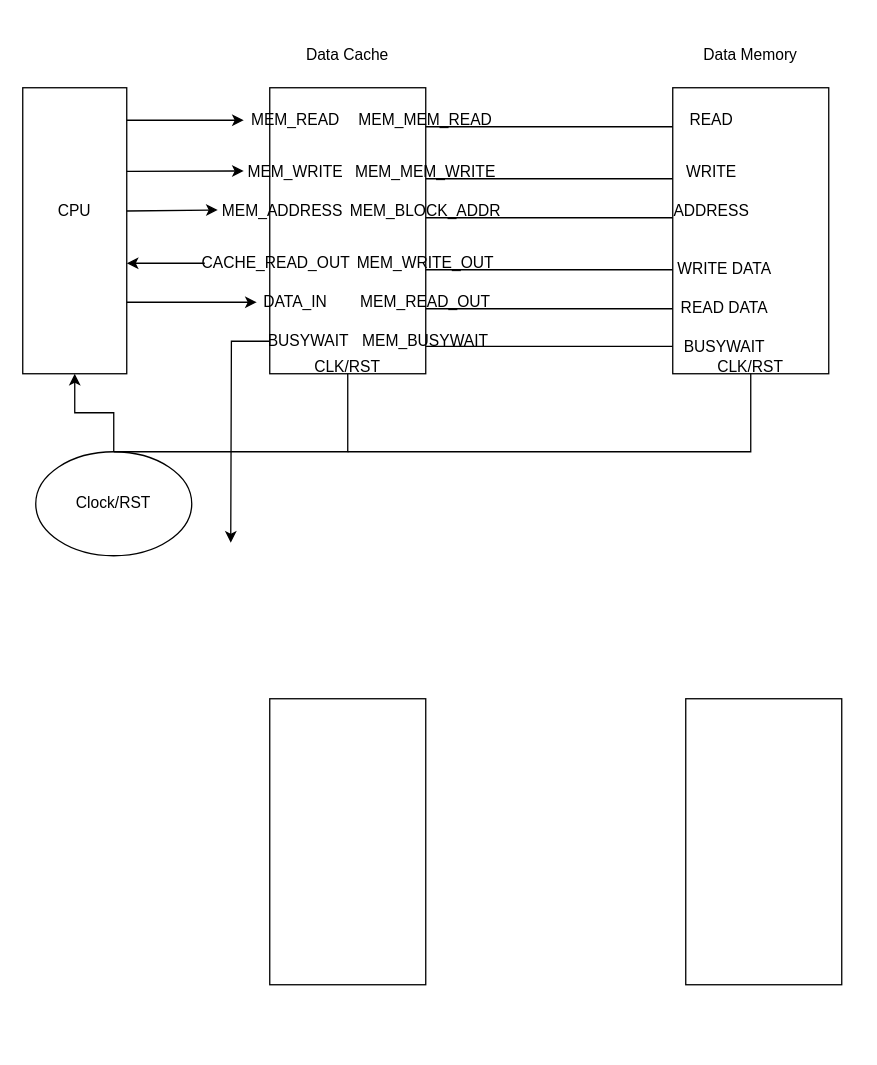
This is Datapath/data memory and instruction memory.drawio from HirushaUthsara/e18-co502-RV32IM-Pipeline-Implementation-Group-06-, a draw.io file, before an edit. Source tidied: cells renumbered, new cells numbered last; positions are measured from the earlier drawing's top-left corner, leaving out a move shared by most shapes. Both pictures are drawn from the tidied source at 130%, with x=0, y=0 at pixel (22, 22).
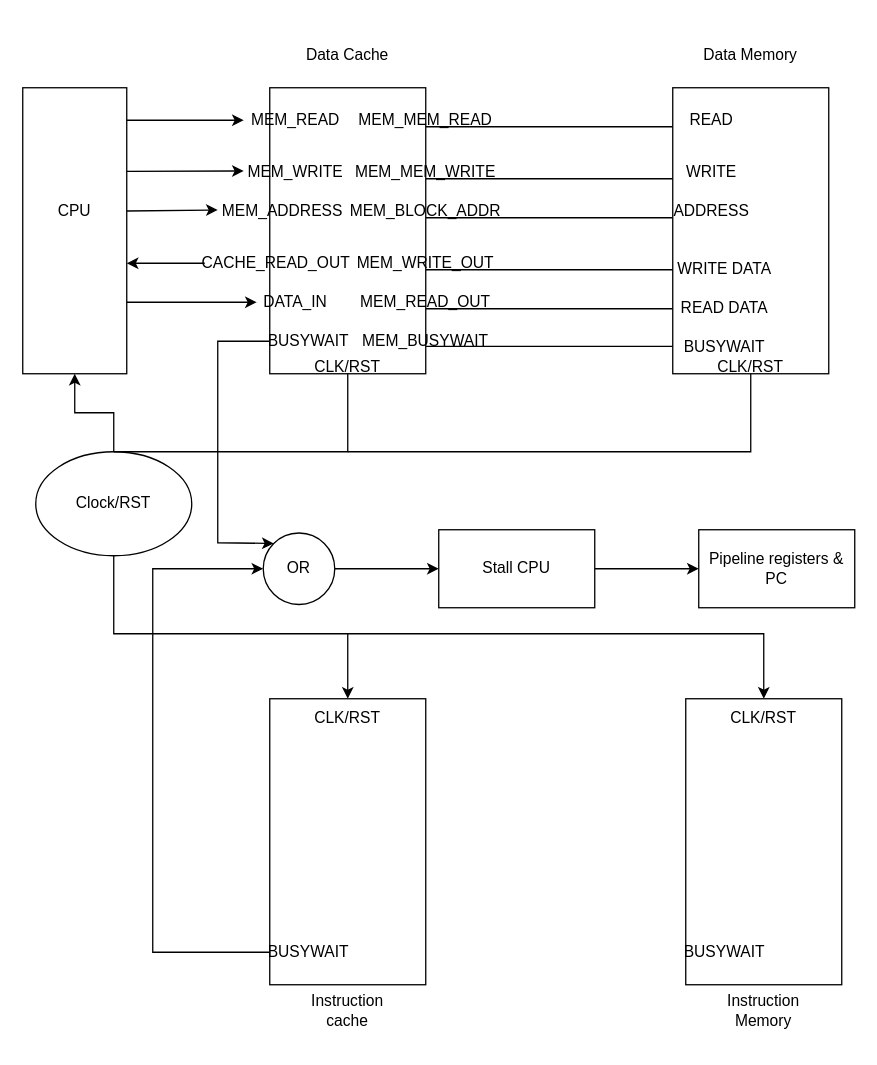
Above is the later version.

Unchanged cells that the change refers to:
```xml
<mxCell id="7" value="Clock/RST" style="ellipse;whiteSpace=wrap;html=1;" parent="1" vertex="1">
  <mxGeometry x="10" y="330" width="120" height="80" as="geometry" />
</mxCell>
<mxCell id="28" value="BUSYWAIT" style="text;html=1;strokeColor=none;fillColor=none;align=center;verticalAlign=middle;whiteSpace=wrap;rounded=0;" parent="1" vertex="1">
  <mxGeometry x="190" y="230" width="60" height="30" as="geometry" />
</mxCell>
```

The edit, as a diff of the source:
```diff
@@
-    <mxCell id="27" style="edgeStyle=orthogonalEdgeStyle;rounded=0;jettySize=auto;html=1;" parent="1" edge="1" source="28">
-      <mxGeometry relative="1" as="geometry">
-        <mxPoint x="160" y="400" as="targetPoint" />
-      </mxGeometry>
-    </mxCell>
@@
+    <mxCell id="46" value="Instruction cache" style="text;html=1;strokeColor=none;fillColor=none;align=center;verticalAlign=middle;whiteSpace=wrap;rounded=0;" parent="1" vertex="1">
+      <mxGeometry x="210" y="740" width="80" height="40" as="geometry" />
+    </mxCell>
+    <mxCell id="47" value="Instruction Memory" style="text;html=1;strokeColor=none;fillColor=none;align=center;verticalAlign=middle;whiteSpace=wrap;rounded=0;" parent="1" vertex="1">
+      <mxGeometry x="520" y="735" width="100" height="50" as="geometry" />
+    </mxCell>
+    <mxCell id="48" value="BUSYWAIT" style="text;html=1;strokeColor=none;fillColor=none;align=center;verticalAlign=middle;whiteSpace=wrap;rounded=0;" parent="1" vertex="1">
+      <mxGeometry x="190" y="700" width="60" height="30" as="geometry" />
+    </mxCell>
+    <mxCell id="49" value="BUSYWAIT" style="text;html=1;strokeColor=none;fillColor=none;align=center;verticalAlign=middle;whiteSpace=wrap;rounded=0;" parent="1" vertex="1">
+      <mxGeometry x="510" y="700" width="60" height="30" as="geometry" />
+    </mxCell>
+    <mxCell id="50" value="CLK/RST" style="text;html=1;strokeColor=none;fillColor=none;align=center;verticalAlign=middle;whiteSpace=wrap;rounded=0;" parent="1" vertex="1">
+      <mxGeometry x="220" y="520" width="60" height="30" as="geometry" />
+    </mxCell>
+    <mxCell id="51" value="CLK/RST" style="text;html=1;strokeColor=none;fillColor=none;align=center;verticalAlign=middle;whiteSpace=wrap;rounded=0;" parent="1" vertex="1">
+      <mxGeometry x="540" y="520" width="60" height="30" as="geometry" />
+    </mxCell>
+    <mxCell id="52" style="endArrow=classic;html=1;rounded=0;exitX=0.5;exitY=1;exitDx=0;exitDy=0;entryX=0.5;entryY=0;entryDx=0;entryDy=0;" parent="1" edge="1" source="7" target="51">
+      <mxGeometry relative="1" as="geometry">
+        <Array as="points">
+          <mxPoint x="70" y="470" />
+          <mxPoint x="570" y="470" />
+        </Array>
+      </mxGeometry>
+    </mxCell>
+    <mxCell id="53" style="endArrow=classic;html=1;rounded=0;entryX=0.5;entryY=0;entryDx=0;entryDy=0;" parent="1" edge="1" target="50">
+      <mxGeometry relative="1" as="geometry">
+        <mxPoint x="250" y="470" as="sourcePoint" />
+      </mxGeometry>
+    </mxCell>
+    <mxCell id="54" style="endArrow=classic;html=1;rounded=0;exitX=0;exitY=0.5;exitDx=0;exitDy=0;entryX=0;entryY=0.5;entryDx=0;entryDy=0;" parent="1" edge="1" source="48" target="56">
+      <mxGeometry relative="1" as="geometry">
+        <Array as="points">
+          <mxPoint x="100" y="715" />
+          <mxPoint x="100" y="420" />
+        </Array>
+      </mxGeometry>
+    </mxCell>
+    <mxCell id="55" style="edgeStyle=orthogonalEdgeStyle;rounded=0;jettySize=auto;html=1;" parent="1" edge="1" source="56" target="59">
+      <mxGeometry relative="1" as="geometry" />
+    </mxCell>
+    <mxCell id="56" value="OR" style="ellipse;whiteSpace=wrap;html=1;" parent="1" vertex="1">
+      <mxGeometry x="185" y="392.5" width="55" height="55" as="geometry" />
+    </mxCell>
+    <mxCell id="57" style="endArrow=classic;html=1;rounded=0;exitX=0;exitY=0.5;exitDx=0;exitDy=0;entryX=0;entryY=0;entryDx=0;entryDy=0;" parent="1" edge="1" source="28" target="56">
+      <mxGeometry relative="1" as="geometry">
+        <Array as="points">
+          <mxPoint x="150" y="245" />
+          <mxPoint x="150" y="400" />
+        </Array>
+      </mxGeometry>
+    </mxCell>
+    <mxCell id="58" style="edgeStyle=orthogonalEdgeStyle;rounded=0;jettySize=auto;html=1;" parent="1" edge="1" source="59" target="60">
+      <mxGeometry relative="1" as="geometry" />
+    </mxCell>
+    <mxCell id="59" value="Stall CPU" style="whiteSpace=wrap;html=1;" parent="1" vertex="1">
+      <mxGeometry x="320" y="390" width="120" height="60" as="geometry" />
+    </mxCell>
+    <mxCell id="60" value="Pipeline registers &amp;amp; PC" style="whiteSpace=wrap;html=1;" parent="1" vertex="1">
+      <mxGeometry x="520" y="390" width="120" height="60" as="geometry" />
+    </mxCell>
```
